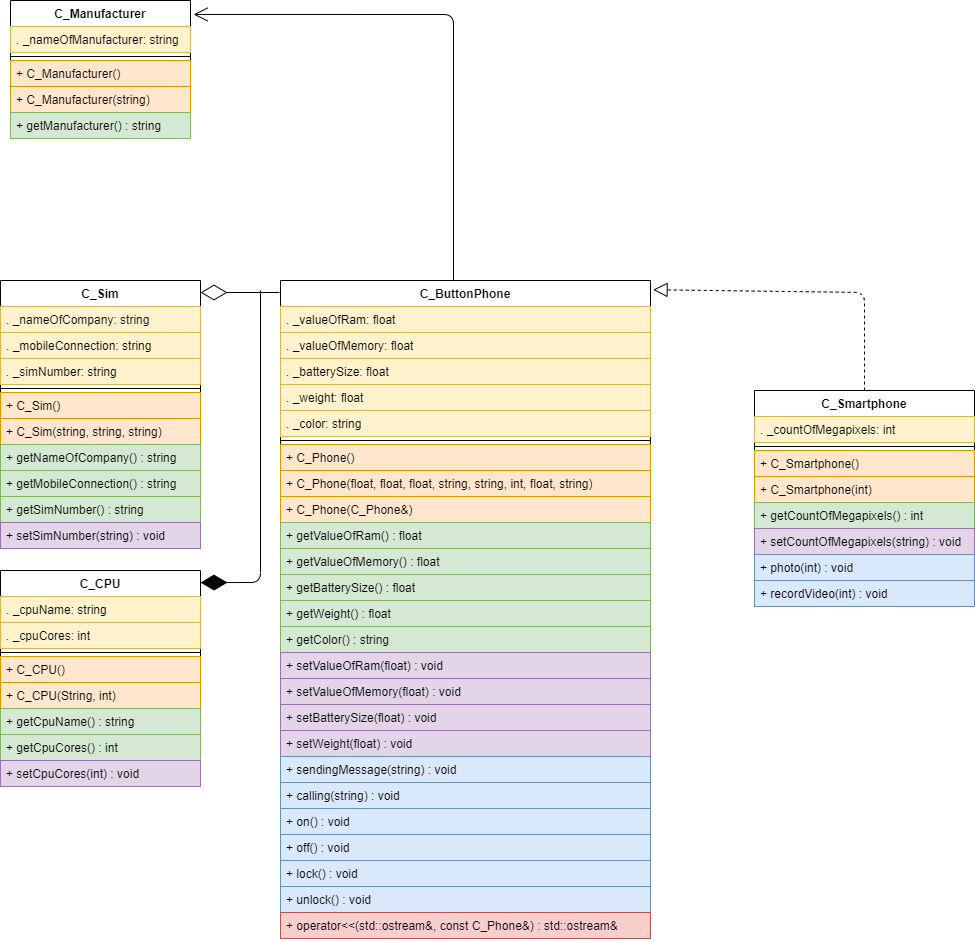
Before: Untitled Diagram.drawio.png, a diagram exported from draw.io (Bogdan0012/UML-works). Source tidied: cells renumbered, new cells last; positions are measured from the earlier drawing's top-left corner, leaving out a move shared by most shapes.
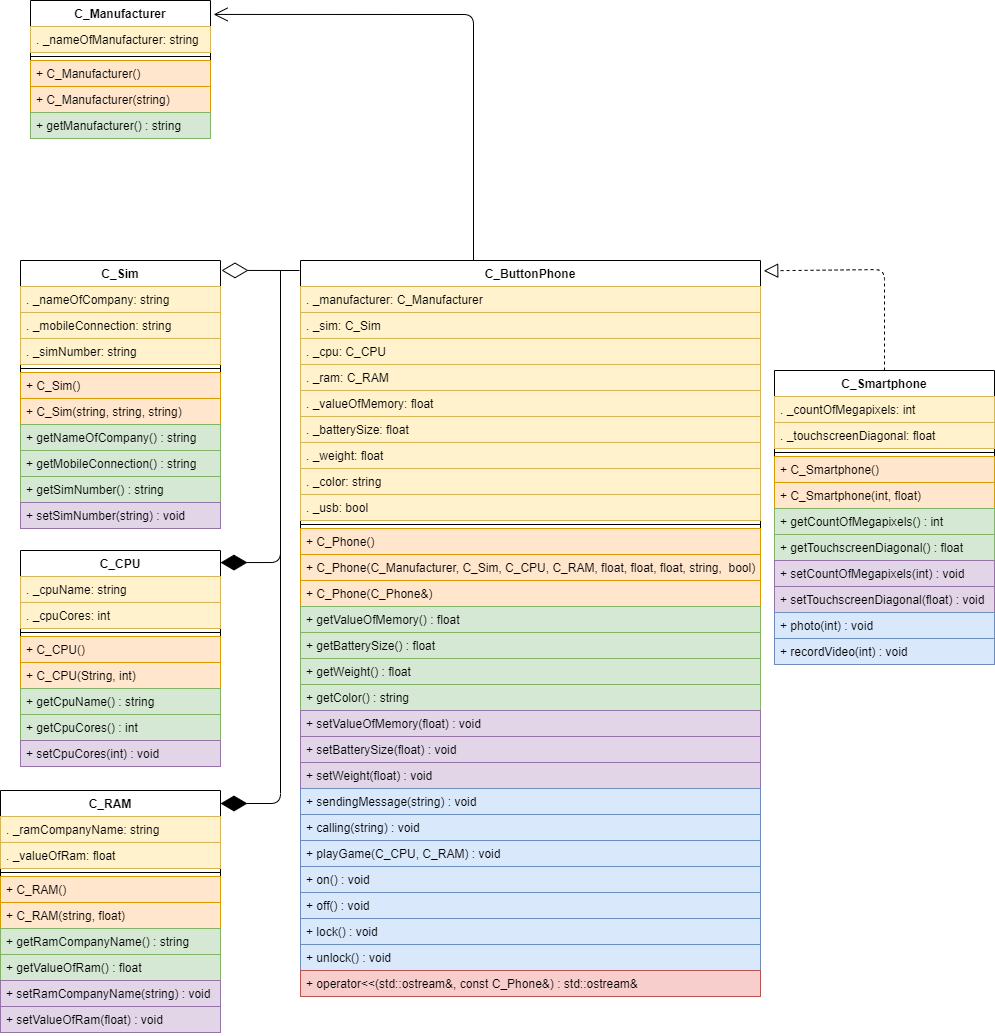
After the commit.

The edit, as a diff of the source:
```diff
@@ -3,114 +3,132 @@
     <mxCell id="0" />
     <mxCell id="1" parent="0" />
     <mxCell id="2" value="C_ButtonPhone" style="swimlane;fontStyle=1;align=center;verticalAlign=top;horizontal=1;startSize=26;" parent="1" vertex="1">
-      <mxGeometry x="280" y="280" width="370" height="658" as="geometry" />
+      <mxGeometry x="280" y="280" width="460" height="736" as="geometry" />
     </mxCell>
+    <mxCell id="67" value=". _manufacturer: C_Manufacturer" style="text;strokeColor=#d6b656;fillColor=#fff2cc;align=left;verticalAlign=top;spacingLeft=4;spacingRight=4;overflow=hidden;" parent="2" vertex="1">
+      <mxGeometry y="26" width="460" height="26" as="geometry" />
+    </mxCell>
+    <mxCell id="68" value=". _sim: C_Sim" style="text;strokeColor=#d6b656;fillColor=#fff2cc;align=left;verticalAlign=top;spacingLeft=4;spacingRight=4;overflow=hidden;" parent="2" vertex="1">
+      <mxGeometry y="52" width="460" height="26" as="geometry" />
+    </mxCell>
+    <mxCell id="69" value=". _cpu: C_CPU" style="text;strokeColor=#d6b656;fillColor=#fff2cc;align=left;verticalAlign=top;spacingLeft=4;spacingRight=4;overflow=hidden;" parent="2" vertex="1">
+      <mxGeometry y="78" width="460" height="26" as="geometry" />
+    </mxCell>
-    <mxCell id="3" value=". _valueOfRam: float" style="text;strokeColor=#d6b656;fillColor=#fff2cc;align=left;verticalAlign=top;spacingLeft=4;spacingRight=4;overflow=hidden;" parent="2" vertex="1">
-      <mxGeometry y="26" width="370" height="26" as="geometry" />
+    <mxCell id="3" value=". _ram: C_RAM" style="text;strokeColor=#d6b656;fillColor=#fff2cc;align=left;verticalAlign=top;spacingLeft=4;spacingRight=4;overflow=hidden;" parent="2" vertex="1">
+      <mxGeometry y="104" width="460" height="26" as="geometry" />
     </mxCell>
     <mxCell id="4" value=". _valueOfMemory: float" style="text;strokeColor=#d6b656;fillColor=#fff2cc;align=left;verticalAlign=top;spacingLeft=4;spacingRight=4;overflow=hidden;" parent="2" vertex="1">
-      <mxGeometry y="52" width="370" height="26" as="geometry" />
+      <mxGeometry y="130" width="460" height="26" as="geometry" />
     </mxCell>
     <mxCell id="5" value=". _batterySize: float" style="text;strokeColor=#d6b656;fillColor=#fff2cc;align=left;verticalAlign=top;spacingLeft=4;spacingRight=4;overflow=hidden;" parent="2" vertex="1">
-      <mxGeometry y="78" width="370" height="26" as="geometry" />
+      <mxGeometry y="156" width="460" height="26" as="geometry" />
     </mxCell>
     <mxCell id="6" value=". _weight: float" style="text;strokeColor=#d6b656;fillColor=#fff2cc;align=left;verticalAlign=top;spacingLeft=4;spacingRight=4;overflow=hidden;" parent="2" vertex="1">
-      <mxGeometry y="104" width="370" height="26" as="geometry" />
+      <mxGeometry y="182" width="460" height="26" as="geometry" />
     </mxCell>
     <mxCell id="7" value=". _color: string" style="text;strokeColor=#d6b656;fillColor=#fff2cc;align=left;verticalAlign=top;spacingLeft=4;spacingRight=4;overflow=hidden;" parent="2" vertex="1">
-      <mxGeometry y="130" width="370" height="26" as="geometry" />
+      <mxGeometry y="208" width="460" height="26" as="geometry" />
     </mxCell>
+    <mxCell id="70" value=". _usb: bool" style="text;strokeColor=#d6b656;fillColor=#fff2cc;align=left;verticalAlign=top;spacingLeft=4;spacingRight=4;overflow=hidden;" parent="2" vertex="1">
+      <mxGeometry y="234" width="460" height="26" as="geometry" />
+    </mxCell>
     <mxCell id="8" style="line;strokeWidth=1;fillColor=none;align=left;verticalAlign=middle;spacingTop=-1;spacingLeft=3;spacingRight=3;labelPosition=right;" parent="2" vertex="1">
-      <mxGeometry y="156" width="370" height="8" as="geometry" />
+      <mxGeometry y="260" width="460" height="8" as="geometry" />
     </mxCell>
     <mxCell id="9" value="+ C_Phone()" style="text;strokeColor=#d79b00;fillColor=#ffe6cc;align=left;verticalAlign=top;spacingLeft=4;spacingRight=4;overflow=hidden;" parent="2" vertex="1">
-      <mxGeometry y="164" width="370" height="26" as="geometry" />
+      <mxGeometry y="268" width="460" height="26" as="geometry" />
     </mxCell>
-    <mxCell id="10" value="+ C_Phone(float, float, float, string, string, int, float, string)" style="text;strokeColor=#d79b00;fillColor=#ffe6cc;align=left;verticalAlign=top;spacingLeft=4;spacingRight=4;overflow=hidden;" parent="2" vertex="1">
-      <mxGeometry y="190" width="370" height="26" as="geometry" />
+    <mxCell id="10" value="+ C_Phone(C_Manufacturer, C_Sim, C_CPU, C_RAM, float, float, float, string,  bool)" style="text;strokeColor=#d79b00;fillColor=#ffe6cc;align=left;verticalAlign=top;spacingLeft=4;spacingRight=4;overflow=hidden;" parent="2" vertex="1">
+      <mxGeometry y="294" width="460" height="26" as="geometry" />
     </mxCell>
     <mxCell id="11" value="+ C_Phone(C_Phone&amp;)" style="text;strokeColor=#d79b00;fillColor=#ffe6cc;align=left;verticalAlign=top;spacingLeft=4;spacingRight=4;overflow=hidden;" parent="2" vertex="1">
-      <mxGeometry y="216" width="370" height="26" as="geometry" />
+      <mxGeometry y="320" width="460" height="26" as="geometry" />
     </mxCell>
-    <mxCell id="12" value="+ getValueOfRam() : float" style="text;strokeColor=#82b366;fillColor=#d5e8d4;align=left;verticalAlign=top;spacingLeft=4;spacingRight=4;overflow=hidden;" parent="2" vertex="1">
-      <mxGeometry y="242" width="370" height="26" as="geometry" />
-    </mxCell>
     <mxCell id="13" value="+ getValueOfMemory() : float" style="text;strokeColor=#82b366;fillColor=#d5e8d4;align=left;verticalAlign=top;spacingLeft=4;spacingRight=4;overflow=hidden;" parent="2" vertex="1">
-      <mxGeometry y="268" width="370" height="26" as="geometry" />
+      <mxGeometry y="346" width="460" height="26" as="geometry" />
     </mxCell>
     <mxCell id="14" value="+ getBatterySize() : float" style="text;strokeColor=#82b366;fillColor=#d5e8d4;align=left;verticalAlign=top;spacingLeft=4;spacingRight=4;overflow=hidden;" parent="2" vertex="1">
-      <mxGeometry y="294" width="370" height="26" as="geometry" />
+      <mxGeometry y="372" width="460" height="26" as="geometry" />
     </mxCell>
     <mxCell id="15" value="+ getWeight() : float" style="text;strokeColor=#82b366;fillColor=#d5e8d4;align=left;verticalAlign=top;spacingLeft=4;spacingRight=4;overflow=hidden;" parent="2" vertex="1">
-      <mxGeometry y="320" width="370" height="26" as="geometry" />
+      <mxGeometry y="398" width="460" height="26" as="geometry" />
     </mxCell>
     <mxCell id="16" value="+ getColor() : string" style="text;strokeColor=#82b366;fillColor=#d5e8d4;align=left;verticalAlign=top;spacingLeft=4;spacingRight=4;overflow=hidden;" parent="2" vertex="1">
-      <mxGeometry y="346" width="370" height="26" as="geometry" />
+      <mxGeometry y="424" width="460" height="26" as="geometry" />
     </mxCell>
-    <mxCell id="17" value="+ setValueOfRam(float) : void" style="text;strokeColor=#9673a6;fillColor=#e1d5e7;align=left;verticalAlign=top;spacingLeft=4;spacingRight=4;overflow=hidden;" parent="2" vertex="1">
-      <mxGeometry y="372" width="370" height="26" as="geometry" />
-    </mxCell>
     <mxCell id="18" value="+ setValueOfMemory(float) : void" style="text;strokeColor=#9673a6;fillColor=#e1d5e7;align=left;verticalAlign=top;spacingLeft=4;spacingRight=4;overflow=hidden;" parent="2" vertex="1">
-      <mxGeometry y="398" width="370" height="26" as="geometry" />
+      <mxGeometry y="450" width="460" height="26" as="geometry" />
     </mxCell>
     <mxCell id="19" value="+ setBatterySize(float) : void" style="text;strokeColor=#9673a6;fillColor=#e1d5e7;align=left;verticalAlign=top;spacingLeft=4;spacingRight=4;overflow=hidden;" parent="2" vertex="1">
-      <mxGeometry y="424" width="370" height="26" as="geometry" />
+      <mxGeometry y="476" width="460" height="26" as="geometry" />
     </mxCell>
     <mxCell id="20" value="+ setWeight(float) : void" style="text;strokeColor=#9673a6;fillColor=#e1d5e7;align=left;verticalAlign=top;spacingLeft=4;spacingRight=4;overflow=hidden;" parent="2" vertex="1">
-      <mxGeometry y="450" width="370" height="26" as="geometry" />
+      <mxGeometry y="502" width="460" height="26" as="geometry" />
     </mxCell>
     <mxCell id="21" value="+ sendingMessage(string) : void" style="text;strokeColor=#6c8ebf;fillColor=#dae8fc;align=left;verticalAlign=top;spacingLeft=4;spacingRight=4;overflow=hidden;" parent="2" vertex="1">
-      <mxGeometry y="476" width="370" height="26" as="geometry" />
+      <mxGeometry y="528" width="460" height="26" as="geometry" />
     </mxCell>
     <mxCell id="22" value="+ calling(string) : void" style="text;strokeColor=#6c8ebf;fillColor=#dae8fc;align=left;verticalAlign=top;spacingLeft=4;spacingRight=4;overflow=hidden;" parent="2" vertex="1">
-      <mxGeometry y="502" width="370" height="26" as="geometry" />
+      <mxGeometry y="554" width="460" height="26" as="geometry" />
     </mxCell>
+    <mxCell id="71" value="+ playGame(C_CPU, C_RAM) : void" style="text;strokeColor=#6c8ebf;fillColor=#dae8fc;align=left;verticalAlign=top;spacingLeft=4;spacingRight=4;overflow=hidden;" parent="2" vertex="1">
+      <mxGeometry y="580" width="460" height="26" as="geometry" />
+    </mxCell>
     <mxCell id="23" value="+ on() : void" style="text;strokeColor=#6c8ebf;fillColor=#dae8fc;align=left;verticalAlign=top;spacingLeft=4;spacingRight=4;overflow=hidden;" parent="2" vertex="1">
-      <mxGeometry y="528" width="370" height="26" as="geometry" />
+      <mxGeometry y="606" width="460" height="26" as="geometry" />
     </mxCell>
     <mxCell id="24" value="+ off() : void" style="text;strokeColor=#6c8ebf;fillColor=#dae8fc;align=left;verticalAlign=top;spacingLeft=4;spacingRight=4;overflow=hidden;" parent="2" vertex="1">
-      <mxGeometry y="554" width="370" height="26" as="geometry" />
+      <mxGeometry y="632" width="460" height="26" as="geometry" />
     </mxCell>
     <mxCell id="25" value="+ lock() : void" style="text;strokeColor=#6c8ebf;fillColor=#dae8fc;align=left;verticalAlign=top;spacingLeft=4;spacingRight=4;overflow=hidden;" parent="2" vertex="1">
-      <mxGeometry y="580" width="370" height="26" as="geometry" />
+      <mxGeometry y="658" width="460" height="26" as="geometry" />
     </mxCell>
     <mxCell id="26" value="+ unlock() : void" style="text;strokeColor=#6c8ebf;fillColor=#dae8fc;align=left;verticalAlign=top;spacingLeft=4;spacingRight=4;overflow=hidden;" parent="2" vertex="1">
-      <mxGeometry y="606" width="370" height="26" as="geometry" />
+      <mxGeometry y="684" width="460" height="26" as="geometry" />
     </mxCell>
     <mxCell id="27" value="+ operator&lt;&lt;(std::ostream&amp;, const C_Phone&amp;) : std::ostream&amp;" style="text;strokeColor=#b85450;fillColor=#f8cecc;align=left;verticalAlign=top;spacingLeft=4;spacingRight=4;overflow=hidden;" parent="2" vertex="1">
-      <mxGeometry y="632" width="370" height="26" as="geometry" />
+      <mxGeometry y="710" width="460" height="26" as="geometry" />
     </mxCell>
     <mxCell id="28" value="C_Smartphone" style="swimlane;fontStyle=1;align=center;verticalAlign=top;horizontal=1;startSize=26;" parent="1" vertex="1">
-      <mxGeometry x="754" y="390" width="220" height="216" as="geometry" />
+      <mxGeometry x="754" y="390" width="220" height="294" as="geometry" />
     </mxCell>
     <mxCell id="29" value=". _countOfMegapixels: int" style="text;strokeColor=#d6b656;fillColor=#fff2cc;align=left;verticalAlign=top;spacingLeft=4;spacingRight=4;overflow=hidden;" parent="28" vertex="1">
       <mxGeometry y="26" width="220" height="26" as="geometry" />
     </mxCell>
+    <mxCell id="72" value=". _touchscreenDiagonal: float" style="text;strokeColor=#d6b656;fillColor=#fff2cc;align=left;verticalAlign=top;spacingLeft=4;spacingRight=4;overflow=hidden;" parent="28" vertex="1">
+      <mxGeometry y="52" width="220" height="26" as="geometry" />
+    </mxCell>
     <mxCell id="30" style="line;strokeWidth=1;fillColor=none;align=left;verticalAlign=middle;spacingTop=-1;spacingLeft=3;spacingRight=3;labelPosition=right;" parent="28" vertex="1">
-      <mxGeometry y="52" width="220" height="8" as="geometry" />
+      <mxGeometry y="78" width="220" height="8" as="geometry" />
     </mxCell>
     <mxCell id="31" value="+ C_Smartphone()" style="text;strokeColor=#d79b00;fillColor=#ffe6cc;align=left;verticalAlign=top;spacingLeft=4;spacingRight=4;overflow=hidden;" parent="28" vertex="1">
-      <mxGeometry y="60" width="220" height="26" as="geometry" />
+      <mxGeometry y="86" width="220" height="26" as="geometry" />
     </mxCell>
-    <mxCell id="32" value="+ C_Smartphone(int)" style="text;strokeColor=#d79b00;fillColor=#ffe6cc;align=left;verticalAlign=top;spacingLeft=4;spacingRight=4;overflow=hidden;" parent="28" vertex="1">
-      <mxGeometry y="86" width="220" height="26" as="geometry" />
+    <mxCell id="32" value="+ C_Smartphone(int, float)" style="text;strokeColor=#d79b00;fillColor=#ffe6cc;align=left;verticalAlign=top;spacingLeft=4;spacingRight=4;overflow=hidden;" parent="28" vertex="1">
+      <mxGeometry y="112" width="220" height="26" as="geometry" />
     </mxCell>
     <mxCell id="33" value="+ getCountOfMegapixels() : int" style="text;strokeColor=#82b366;fillColor=#d5e8d4;align=left;verticalAlign=top;spacingLeft=4;spacingRight=4;overflow=hidden;" parent="28" vertex="1">
-      <mxGeometry y="112" width="220" height="26" as="geometry" />
+      <mxGeometry y="138" width="220" height="26" as="geometry" />
     </mxCell>
+    <mxCell id="73" value="+ getTouchscreenDiagonal() : float" style="text;strokeColor=#82b366;fillColor=#d5e8d4;align=left;verticalAlign=top;spacingLeft=4;spacingRight=4;overflow=hidden;" parent="28" vertex="1">
+      <mxGeometry y="164" width="220" height="26" as="geometry" />
+    </mxCell>
-    <mxCell id="34" value="+ setCountOfMegapixels(string) : void" style="text;strokeColor=#9673a6;fillColor=#e1d5e7;align=left;verticalAlign=top;spacingLeft=4;spacingRight=4;overflow=hidden;" parent="28" vertex="1">
-      <mxGeometry y="138" width="220" height="26" as="geometry" />
+    <mxCell id="34" value="+ setCountOfMegapixels(int) : void" style="text;strokeColor=#9673a6;fillColor=#e1d5e7;align=left;verticalAlign=top;spacingLeft=4;spacingRight=4;overflow=hidden;" parent="28" vertex="1">
+      <mxGeometry y="190" width="220" height="26" as="geometry" />
     </mxCell>
+    <mxCell id="74" value="+ setTouchscreenDiagonal(float) : void" style="text;strokeColor=#9673a6;fillColor=#e1d5e7;align=left;verticalAlign=top;spacingLeft=4;spacingRight=4;overflow=hidden;" parent="28" vertex="1">
+      <mxGeometry y="216" width="220" height="26" as="geometry" />
+    </mxCell>
     <mxCell id="35" value="+ photo(int) : void" style="text;strokeColor=#6c8ebf;fillColor=#dae8fc;align=left;verticalAlign=top;spacingLeft=4;spacingRight=4;overflow=hidden;" parent="28" vertex="1">
-      <mxGeometry y="164" width="220" height="26" as="geometry" />
+      <mxGeometry y="242" width="220" height="26" as="geometry" />
     </mxCell>
     <mxCell id="36" value="+ recordVideo(int) : void" style="text;strokeColor=#6c8ebf;fillColor=#dae8fc;align=left;verticalAlign=top;spacingLeft=4;spacingRight=4;overflow=hidden;" parent="28" vertex="1">
-      <mxGeometry y="190" width="220" height="26" as="geometry" />
+      <mxGeometry y="268" width="220" height="26" as="geometry" />
     </mxCell>
     <mxCell id="37" style="endArrow=block;dashed=1;endFill=0;endSize=12;html=1;exitX=0.5;exitY=0;exitDx=0;exitDy=0;entryX=1.007;entryY=0.014;entryDx=0;entryDy=0;entryPerimeter=0;" parent="1" edge="1" source="28" target="2">
       <mxGeometry relative="1" as="geometry">
         <Array as="points">
-          <mxPoint x="864" y="292" />
+          <mxPoint x="864" y="289" />
         </Array>
       </mxGeometry>
     </mxCell>
@@ -147,10 +165,9 @@
     <mxCell id="48" value="+ setSimNumber(string) : void" style="text;strokeColor=#9673a6;fillColor=#e1d5e7;align=left;verticalAlign=top;spacingLeft=4;spacingRight=4;overflow=hidden;" parent="38" vertex="1">
       <mxGeometry y="242" width="200" height="26" as="geometry" />
     </mxCell>
-    <mxCell id="49" style="endArrow=diamondThin;endFill=0;endSize=24;html=1;" parent="1" edge="1">
+    <mxCell id="49" style="endArrow=diamondThin;endFill=0;endSize=24;html=1;entryX=1.005;entryY=0.037;entryDx=0;entryDy=0;entryPerimeter=0;" parent="1" edge="1" target="38">
       <mxGeometry relative="1" as="geometry">
-        <mxPoint x="279" y="292" as="sourcePoint" />
-        <mxPoint x="200" y="292" as="targetPoint" />
+        <mxPoint x="279" y="290" as="sourcePoint" />
       </mxGeometry>
     </mxCell>
     <mxCell id="50" value="C_CPU" style="swimlane;fontStyle=1;align=center;verticalAlign=top;horizontal=1;startSize=26;" parent="1" vertex="1">
@@ -189,7 +206,7 @@
       </mxGeometry>
     </mxCell>
     <mxCell id="60" value="C_Manufacturer" style="swimlane;fontStyle=1;align=center;verticalAlign=top;horizontal=1;startSize=26;" parent="1" vertex="1">
-      <mxGeometry x="10" width="180" height="138" as="geometry" />
+      <mxGeometry x="10" y="20" width="180" height="138" as="geometry" />
     </mxCell>
     <mxCell id="61" value=". _nameOfManufacturer: string" style="text;strokeColor=#d6b656;fillColor=#fff2cc;align=left;verticalAlign=top;spacingLeft=4;spacingRight=4;overflow=hidden;" parent="60" vertex="1">
       <mxGeometry y="26" width="180" height="26" as="geometry" />
@@ -210,9 +227,48 @@
       <mxGeometry relative="1" as="geometry">
         <mxPoint x="453" y="280" as="sourcePoint" />
         <Array as="points">
-          <mxPoint x="453" y="14" />
+          <mxPoint x="453" y="34" />
         </Array>
       </mxGeometry>
     </mxCell>
+    <mxCell id="75" value="C_RAM" style="swimlane;fontStyle=1;align=center;verticalAlign=top;horizontal=1;startSize=26;" parent="1" vertex="1">
+      <mxGeometry x="-20" y="810" width="220" height="242" as="geometry" />
+    </mxCell>
+    <mxCell id="76" value=". _ramCompanyName: string" style="text;strokeColor=#d6b656;fillColor=#fff2cc;align=left;verticalAlign=top;spacingLeft=4;spacingRight=4;overflow=hidden;" parent="75" vertex="1">
+      <mxGeometry y="26" width="220" height="26" as="geometry" />
+    </mxCell>
+    <mxCell id="77" value=". _valueOfRam: float" style="text;strokeColor=#d6b656;fillColor=#fff2cc;align=left;verticalAlign=top;spacingLeft=4;spacingRight=4;overflow=hidden;" parent="75" vertex="1">
+      <mxGeometry y="52" width="220" height="26" as="geometry" />
+    </mxCell>
+    <mxCell id="78" style="line;strokeWidth=1;fillColor=none;align=left;verticalAlign=middle;spacingTop=-1;spacingLeft=3;spacingRight=3;labelPosition=right;" parent="75" vertex="1">
+      <mxGeometry y="78" width="220" height="8" as="geometry" />
+    </mxCell>
+    <mxCell id="79" value="+ C_RAM()" style="text;strokeColor=#d79b00;fillColor=#ffe6cc;align=left;verticalAlign=top;spacingLeft=4;spacingRight=4;overflow=hidden;" parent="75" vertex="1">
+      <mxGeometry y="86" width="220" height="26" as="geometry" />
+    </mxCell>
+    <mxCell id="80" value="+ C_RAM(string, float)" style="text;strokeColor=#d79b00;fillColor=#ffe6cc;align=left;verticalAlign=top;spacingLeft=4;spacingRight=4;overflow=hidden;" parent="75" vertex="1">
+      <mxGeometry y="112" width="220" height="26" as="geometry" />
+    </mxCell>
+    <mxCell id="81" value="+ getRamCompanyName() : string" style="text;strokeColor=#82b366;fillColor=#d5e8d4;align=left;verticalAlign=top;spacingLeft=4;spacingRight=4;overflow=hidden;" parent="75" vertex="1">
+      <mxGeometry y="138" width="220" height="26" as="geometry" />
+    </mxCell>
+    <mxCell id="12" value="+ getValueOfRam() : float" style="text;strokeColor=#82b366;fillColor=#d5e8d4;align=left;verticalAlign=top;spacingLeft=4;spacingRight=4;overflow=hidden;" parent="75" vertex="1">
+      <mxGeometry y="164" width="220" height="26" as="geometry" />
+    </mxCell>
+    <mxCell id="82" value="+ setRamCompanyName(string) : void" style="text;strokeColor=#9673a6;fillColor=#e1d5e7;align=left;verticalAlign=top;spacingLeft=4;spacingRight=4;overflow=hidden;" parent="75" vertex="1">
+      <mxGeometry y="190" width="220" height="26" as="geometry" />
+    </mxCell>
+    <mxCell id="17" value="+ setValueOfRam(float) : void" style="text;strokeColor=#9673a6;fillColor=#e1d5e7;align=left;verticalAlign=top;spacingLeft=4;spacingRight=4;overflow=hidden;" parent="75" vertex="1">
+      <mxGeometry y="216" width="220" height="26" as="geometry" />
+    </mxCell>
+    <mxCell id="83" style="endArrow=diamondThin;endFill=1;endSize=24;html=1;" parent="1" edge="1">
+      <mxGeometry relative="1" as="geometry">
+        <mxPoint x="260" y="540" as="sourcePoint" />
+        <mxPoint x="200" y="823" as="targetPoint" />
+        <Array as="points">
+          <mxPoint x="260" y="823" />
+        </Array>
+      </mxGeometry>
+    </mxCell>
   </root>
 </mxGraphModel>
```
